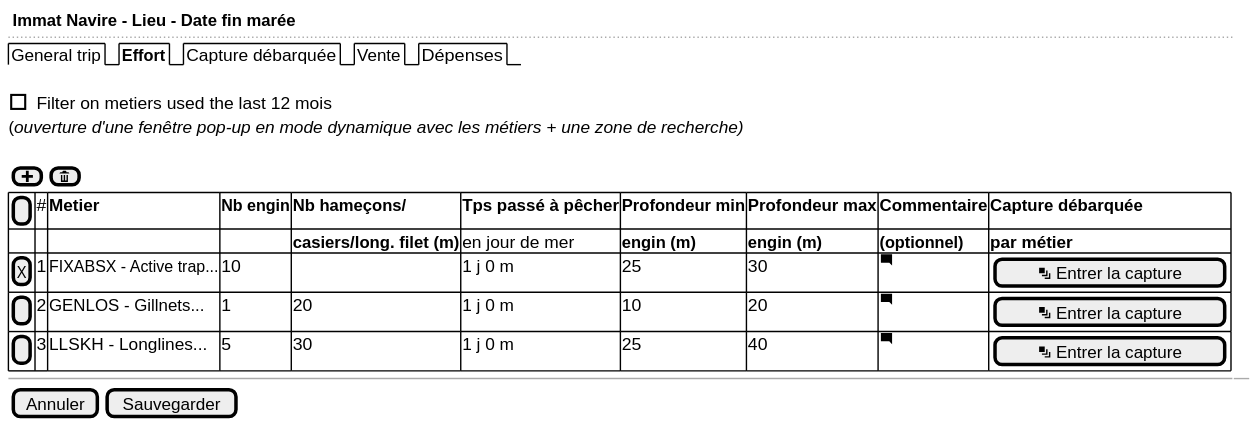
This is use-case/collect/trip/landing-ui-effort-desktop.svg from sumaris-net/sumaris-doc, a PlantUML export, as it was before one commit. Its source is kept beside it as use-case/collect/trip/landing-ui-effort-desktop.puml.
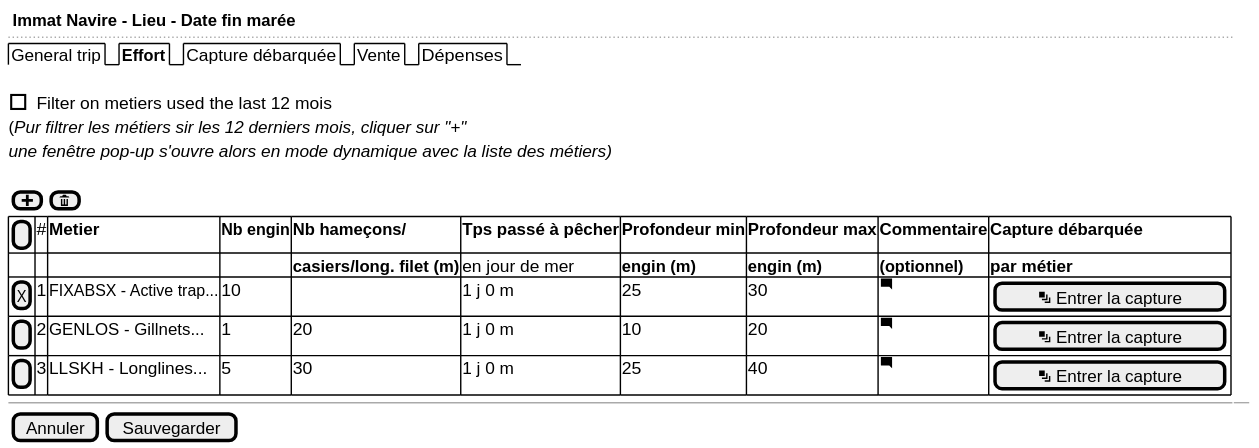
The same diagram one commit later.

Change to the diagram source:
```diff
@@ -5,7 +5,8 @@
   {/ General trip | <b>Effort | Capture débarquée | Vente | Dépenses }
   .
   [] Filter on metiers used the last 12 mois
-  (<i>ouverture d'une fenêtre pop-up en mode dynamique avec les métiers + une zone de recherche)
+  (<i>Pur filtrer les métiers sir les 12 derniers mois, cliquer sur "+"
+  <i>une fenêtre pop-up s'ouvre alors en mode dynamique avec la liste des métiers)
   .
   {[<&plus>]  | [<&trash>]}
 
```
